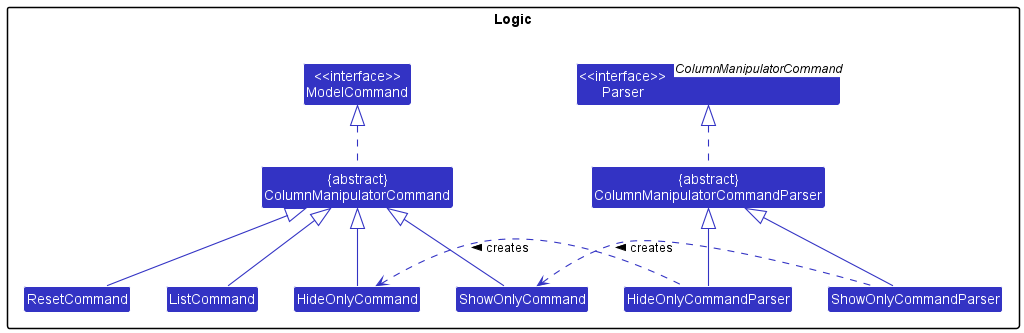
Above: docs/images/AbstractClassesForShowHideFeature.png in nus-cs2103-AY2223S1/tp (PlantUML), before the change.
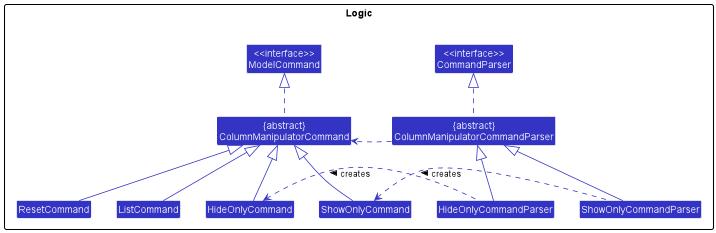
Above is the later version.

Commit message:
Update UML diagram with CommandParser

What changed in the source:
```diff
@@ -8,7 +8,7 @@
 package Logic {
 
 Class "<<interface>>\nModelCommand" as ModelCommand
-Class "<<interface>>\nParser" as Parser<ColumnManipulatorCommand>
+Class "<<interface>>\nCommandParser" as CommandParser
 Class "{abstract}\nColumnManipulatorCommand" as ColumnManipulatorCommand
 Class "{abstract}\nColumnManipulatorCommandParser" as ColumnManipulatorCommandParser
 Class ShowOnlyCommand
@@ -21,7 +21,8 @@
 }
 
 ColumnManipulatorCommand .up.|> ModelCommand
-ColumnManipulatorCommandParser .up.|> Parser
+ColumnManipulatorCommandParser .up.|> CommandParser
+ColumnManipulatorCommandParser ..> ColumnManipulatorCommand
 ListCommand -up-|> ColumnManipulatorCommand
 ResetCommand -up-|> ColumnManipulatorCommand
 ShowOnlyCommand -up-|> ColumnManipulatorCommand
```
